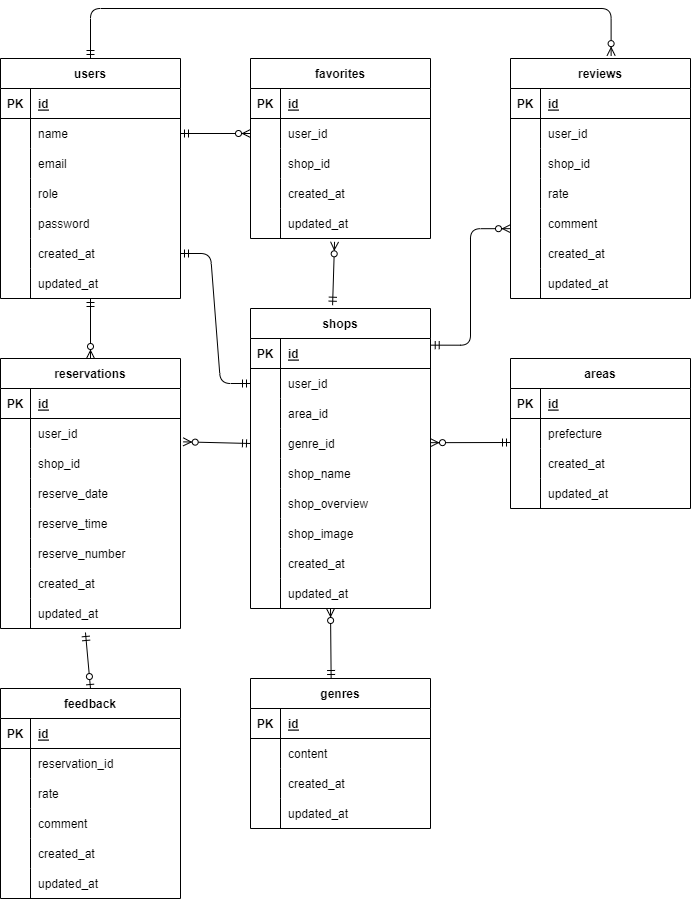
Before: app.drawio.png, a diagram exported from draw.io (hashi6013/advance-term-1). Source tidied: cells renumbered, new cells last; positions are measured from the earlier drawing's top-left corner, leaving out a move shared by most shapes.
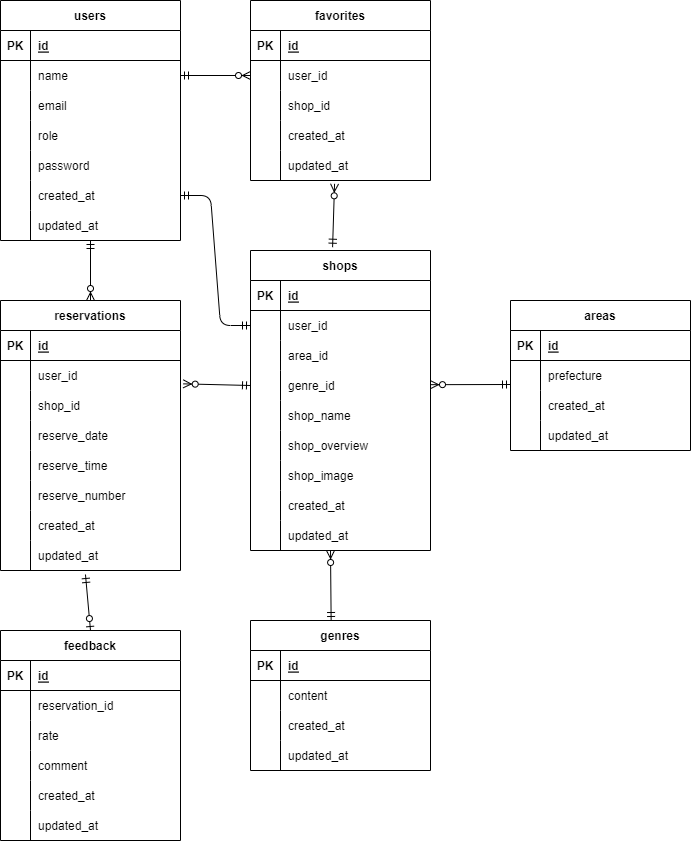
The same file after the commit.

Change to the diagram source:
```diff
@@ -371,72 +371,6 @@
     <mxCell id="124" value="updated_at" style="shape=partialRectangle;fillColor=none;top=0;left=0;bottom=0;right=0;align=left;spacingLeft=6;overflow=hidden;" parent="122" vertex="1">
       <mxGeometry x="30" width="150" height="30" as="geometry" />
     </mxCell>
-    <mxCell id="125" value="reviews" style="shape=table;startSize=30;rowLines=0;fontStyle=1;align=center;" parent="1" vertex="1">
-      <mxGeometry x="510" y="50" width="180" height="240" as="geometry" />
-    </mxCell>
-    <mxCell id="126" style="shape=tableRow;horizontal=0;startSize=0;swimlaneHead=0;swimlaneBody=0;fillColor=none;top=0;left=0;right=0;bottom=1;" parent="125" vertex="1">
-      <mxGeometry y="30" width="180" height="30" as="geometry" />
-    </mxCell>
-    <mxCell id="127" value="PK" style="shape=partialRectangle;fillColor=none;top=0;left=0;bottom=0;right=0;fontStyle=1;overflow=hidden;" parent="126" vertex="1">
-      <mxGeometry width="30" height="30" as="geometry" />
-    </mxCell>
-    <mxCell id="128" value="id" style="shape=partialRectangle;fillColor=none;top=0;left=0;bottom=0;right=0;align=left;spacingLeft=6;fontStyle=5;overflow=hidden;" parent="126" vertex="1">
-      <mxGeometry x="30" width="150" height="30" as="geometry" />
-    </mxCell>
-    <mxCell id="129" style="shape=tableRow;horizontal=0;startSize=0;swimlaneHead=0;swimlaneBody=0;fillColor=none;top=0;left=0;right=0;bottom=0;" parent="125" vertex="1">
-      <mxGeometry y="60" width="180" height="30" as="geometry" />
-    </mxCell>
-    <mxCell id="130" style="shape=partialRectangle;fillColor=none;top=0;left=0;bottom=0;right=0;overflow=hidden;" parent="129" vertex="1">
-      <mxGeometry width="30" height="30" as="geometry" />
-    </mxCell>
-    <mxCell id="131" value="user_id" style="shape=partialRectangle;fillColor=none;top=0;left=0;bottom=0;right=0;align=left;spacingLeft=6;overflow=hidden;" parent="129" vertex="1">
-      <mxGeometry x="30" width="150" height="30" as="geometry" />
-    </mxCell>
-    <mxCell id="132" style="shape=tableRow;horizontal=0;startSize=0;swimlaneHead=0;swimlaneBody=0;fillColor=none;top=0;left=0;right=0;bottom=0;" parent="125" vertex="1">
-      <mxGeometry y="90" width="180" height="30" as="geometry" />
-    </mxCell>
-    <mxCell id="133" style="shape=partialRectangle;fillColor=none;top=0;left=0;bottom=0;right=0;overflow=hidden;" parent="132" vertex="1">
-      <mxGeometry width="30" height="30" as="geometry" />
-    </mxCell>
-    <mxCell id="134" value="shop_id" style="shape=partialRectangle;fillColor=none;top=0;left=0;bottom=0;right=0;align=left;spacingLeft=6;overflow=hidden;" parent="132" vertex="1">
-      <mxGeometry x="30" width="150" height="30" as="geometry" />
-    </mxCell>
-    <mxCell id="135" style="shape=tableRow;horizontal=0;startSize=0;swimlaneHead=0;swimlaneBody=0;fillColor=none;top=0;left=0;right=0;bottom=0;" parent="125" vertex="1">
-      <mxGeometry y="120" width="180" height="30" as="geometry" />
-    </mxCell>
-    <mxCell id="136" style="shape=partialRectangle;fillColor=none;top=0;left=0;bottom=0;right=0;overflow=hidden;" parent="135" vertex="1">
-      <mxGeometry width="30" height="30" as="geometry" />
-    </mxCell>
-    <mxCell id="137" value="rate" style="shape=partialRectangle;fillColor=none;top=0;left=0;bottom=0;right=0;align=left;spacingLeft=6;overflow=hidden;" parent="135" vertex="1">
-      <mxGeometry x="30" width="150" height="30" as="geometry" />
-    </mxCell>
-    <mxCell id="138" style="shape=tableRow;horizontal=0;startSize=0;swimlaneHead=0;swimlaneBody=0;fillColor=none;top=0;left=0;right=0;bottom=0;" parent="125" vertex="1">
-      <mxGeometry y="150" width="180" height="30" as="geometry" />
-    </mxCell>
-    <mxCell id="139" style="shape=partialRectangle;fillColor=none;top=0;left=0;bottom=0;right=0;overflow=hidden;" parent="138" vertex="1">
-      <mxGeometry width="30" height="30" as="geometry" />
-    </mxCell>
-    <mxCell id="140" value="comment" style="shape=partialRectangle;fillColor=none;top=0;left=0;bottom=0;right=0;align=left;spacingLeft=6;overflow=hidden;" parent="138" vertex="1">
-      <mxGeometry x="30" width="150" height="30" as="geometry" />
-    </mxCell>
-    <mxCell id="141" style="shape=tableRow;horizontal=0;startSize=0;swimlaneHead=0;swimlaneBody=0;fillColor=none;top=0;left=0;right=0;bottom=0;" parent="125" vertex="1">
-      <mxGeometry y="180" width="180" height="30" as="geometry" />
-    </mxCell>
-    <mxCell id="142" style="shape=partialRectangle;fillColor=none;top=0;left=0;bottom=0;right=0;overflow=hidden;" parent="141" vertex="1">
-      <mxGeometry width="30" height="30" as="geometry" />
-    </mxCell>
-    <mxCell id="143" value="created_at" style="shape=partialRectangle;fillColor=none;top=0;left=0;bottom=0;right=0;align=left;spacingLeft=6;overflow=hidden;" parent="141" vertex="1">
-      <mxGeometry x="30" width="150" height="30" as="geometry" />
-    </mxCell>
-    <mxCell id="144" style="shape=tableRow;horizontal=0;startSize=0;swimlaneHead=0;swimlaneBody=0;fillColor=none;top=0;left=0;right=0;bottom=0;" parent="125" vertex="1">
-      <mxGeometry y="210" width="180" height="30" as="geometry" />
-    </mxCell>
-    <mxCell id="145" style="shape=partialRectangle;fillColor=none;top=0;left=0;bottom=0;right=0;overflow=hidden;" parent="144" vertex="1">
-      <mxGeometry width="30" height="30" as="geometry" />
-    </mxCell>
-    <mxCell id="146" value="updated_at" style="shape=partialRectangle;fillColor=none;top=0;left=0;bottom=0;right=0;align=left;spacingLeft=6;overflow=hidden;" parent="144" vertex="1">
-      <mxGeometry x="30" width="150" height="30" as="geometry" />
-    </mxCell>
     <mxCell id="147" value="areas" style="shape=table;startSize=30;rowLines=0;fontStyle=1;align=center;" parent="1" vertex="1">
       <mxGeometry x="510" y="350" width="180" height="150" as="geometry" />
     </mxCell>
@@ -507,22 +441,5 @@
         <mxPoint x="430" y="434.2" as="targetPoint" />
       </mxGeometry>
     </mxCell>
-    <mxCell id="168" style="fontSize=12;html=1;endArrow=ERzeroToMany;startArrow=ERmandOne;entryX=1.015;entryY=0.778;entryDx=0;entryDy=0;entryPerimeter=0;exitX=1.004;exitY=0.222;exitDx=0;exitDy=0;exitPerimeter=0;edgeStyle=orthogonalEdgeStyle;" parent="1" edge="1" source="85">
-      <mxGeometry relative="1" as="geometry">
-        <mxPoint x="510" y="220.2" as="targetPoint" />
-        <Array as="points">
-          <mxPoint x="470" y="337" />
-          <mxPoint x="470" y="220" />
-        </Array>
-      </mxGeometry>
-    </mxCell>
-    <mxCell id="169" style="fontSize=12;html=1;endArrow=ERzeroToMany;startArrow=ERmandOne;exitX=0.5;exitY=0;exitDx=0;exitDy=0;edgeStyle=orthogonalEdgeStyle;entryX=0.559;entryY=-0.012;entryDx=0;entryDy=0;entryPerimeter=0;" parent="1" edge="1" source="2" target="125">
-      <mxGeometry relative="1" as="geometry">
-        <Array as="points">
-          <mxPoint x="90" />
-          <mxPoint x="611" />
-        </Array>
-      </mxGeometry>
-    </mxCell>
   </root>
 </mxGraphModel>
```
